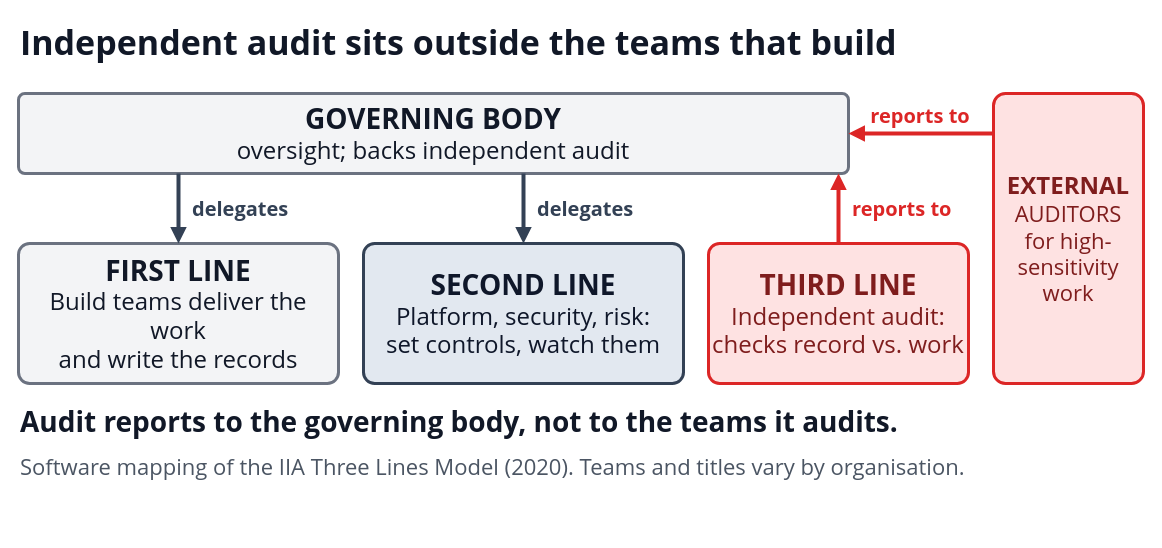
This is diagrams/03-three-lines-for-software.drawio from i-asimkhan/ledger-layer-pattern, a draw.io file, before an edit. Source tidied: cells renumbered, new cells numbered last; positions are measured from the earlier drawing's top-left corner, leaving out a move shared by most shapes. Both pictures are drawn from the tidied source at 100%, with x=0, y=0 at pixel (18, 17).
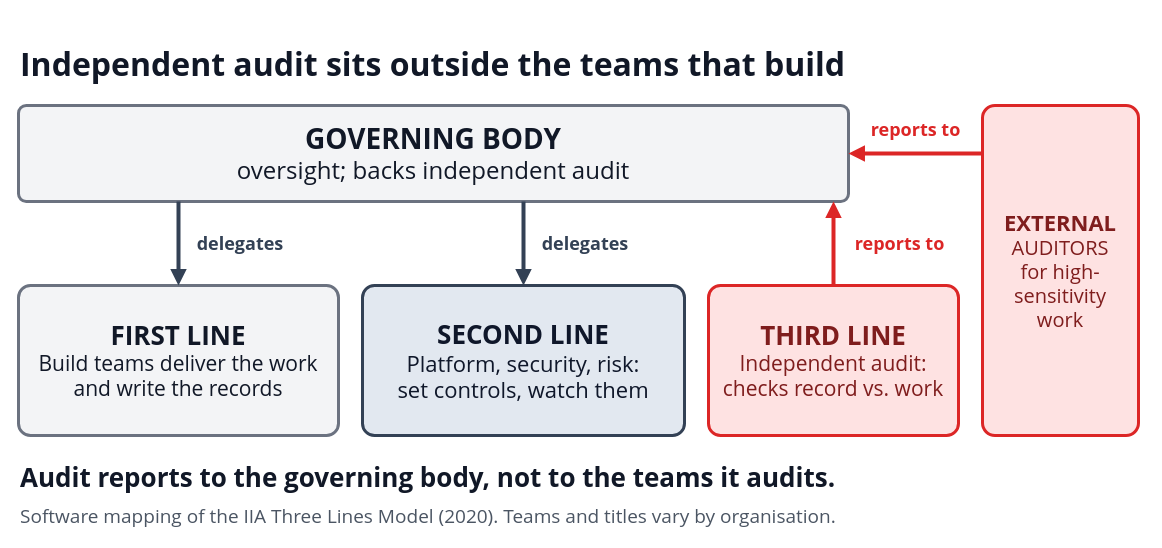
After the change.

Change to the diagram source:
```diff
@@
-    <mxCell id="2" value="Independent audit sits outside the teams that build" style="text;html=1;strokeColor=none;fillColor=none;whiteSpace=wrap;verticalAlign=middle;align=left;fontSize=34;fontColor=#111827;fontFamily=Segoe UI;fontStyle=1;" parent="1" vertex="1">
-      <mxGeometry width="1120" height="50" as="geometry" />
+    <mxCell id="2" value="Independent audit sits outside the teams that build" style="text;html=1;strokeColor=none;fillColor=none;whiteSpace=wrap;verticalAlign=middle;align=left;fontSize=32;fontColor=#111827;fontFamily=Segoe UI;fontStyle=1;" parent="1" vertex="1">
+      <mxGeometry y="26" width="1120" height="42" as="geometry" />
     </mxCell>
-    <mxCell id="3" value="&lt;span style=&quot;font-size:28px&quot;&gt;&lt;b&gt;GOVERNING BODY&lt;/b&gt;&lt;/span&gt;&lt;br&gt;&lt;span style=&quot;font-size:24px&quot;&gt;oversight; backs independent audit&lt;/span&gt;" style="rounded=1;arcSize=8;whiteSpace=wrap;html=1;fillColor=#F3F4F6;strokeColor=#6B7280;fontColor=#111827;strokeWidth=3;align=center;verticalAlign=middle;fontSize=24;fontFamily=Segoe UI;" parent="1" vertex="1">
-      <mxGeometry y="76" width="830" height="80" as="geometry" />
+    <mxCell id="3" value="&lt;span style=&quot;font-size:28px&quot;&gt;&lt;b&gt;GOVERNING BODY&lt;/b&gt;&lt;/span&gt;&lt;br&gt;&lt;span style=&quot;font-size:24px&quot;&gt;oversight; backs independent audit&lt;/span&gt;" style="rounded=1;arcSize=8;whiteSpace=wrap;html=1;fillColor=#F3F4F6;strokeColor=#6B7280;fontColor=#111827;strokeWidth=3;align=center;verticalAlign=middle;fontSize=24;fontFamily=Segoe UI;spacing=14;" parent="1" vertex="1">
+      <mxGeometry y="88" width="830" height="96" as="geometry" />
     </mxCell>
-    <mxCell id="4" value="&lt;span style=&quot;font-size:28px&quot;&gt;&lt;b&gt;FIRST LINE&lt;/b&gt;&lt;/span&gt;&lt;br&gt;&lt;span style=&quot;font-size:24px&quot;&gt;Build teams deliver the work&lt;/span&gt;&lt;br&gt;&lt;span style=&quot;font-size:24px&quot;&gt;and write the records&lt;/span&gt;" style="rounded=1;arcSize=8;whiteSpace=wrap;html=1;fillColor=#F3F4F6;strokeColor=#6B7280;fontColor=#111827;strokeWidth=3;align=center;verticalAlign=middle;fontSize=24;fontFamily=Segoe UI;" parent="1" vertex="1">
-      <mxGeometry y="226" width="320" height="140" as="geometry" />
+    <mxCell id="4" value="&lt;span style=&quot;font-size:26px&quot;&gt;&lt;b&gt;FIRST LINE&lt;/b&gt;&lt;/span&gt;&lt;br&gt;&lt;span style=&quot;font-size:21px&quot;&gt;Build teams deliver the work&lt;/span&gt;&lt;br&gt;&lt;span style=&quot;font-size:21px&quot;&gt;and write the records&lt;/span&gt;" style="rounded=1;arcSize=8;whiteSpace=wrap;html=1;fillColor=#F3F4F6;strokeColor=#6B7280;fontColor=#111827;strokeWidth=3;align=center;verticalAlign=middle;fontSize=21;fontFamily=Segoe UI;spacing=14;" parent="1" vertex="1">
+      <mxGeometry y="268" width="320" height="150" as="geometry" />
     </mxCell>
-    <mxCell id="5" value="&lt;span style=&quot;font-size:28px&quot;&gt;&lt;b&gt;SECOND LINE&lt;/b&gt;&lt;/span&gt;&lt;br&gt;&lt;span style=&quot;font-size:24px&quot;&gt;Platform, security, risk:&lt;/span&gt;&lt;br&gt;&lt;span style=&quot;font-size:24px&quot;&gt;set controls, watch them&lt;/span&gt;" style="rounded=1;arcSize=8;whiteSpace=wrap;html=1;fillColor=#E2E8F0;strokeColor=#334155;fontColor=#0F172A;strokeWidth=3;align=center;verticalAlign=middle;fontSize=24;fontFamily=Segoe UI;" parent="1" vertex="1">
-      <mxGeometry x="345" y="226" width="320" height="140" as="geometry" />
+    <mxCell id="5" value="&lt;span style=&quot;font-size:26px&quot;&gt;&lt;b&gt;SECOND LINE&lt;/b&gt;&lt;/span&gt;&lt;br&gt;&lt;span style=&quot;font-size:22px&quot;&gt;Platform, security, risk:&lt;/span&gt;&lt;br&gt;&lt;span style=&quot;font-size:22px&quot;&gt;set controls, watch them&lt;/span&gt;" style="rounded=1;arcSize=8;whiteSpace=wrap;html=1;fillColor=#E2E8F0;strokeColor=#334155;fontColor=#0F172A;strokeWidth=3;align=center;verticalAlign=middle;fontSize=22;fontFamily=Segoe UI;spacing=14;" parent="1" vertex="1">
+      <mxGeometry x="344" y="268" width="322" height="150" as="geometry" />
     </mxCell>
-    <mxCell id="6" value="&lt;span style=&quot;font-size:28px&quot;&gt;&lt;b&gt;THIRD LINE&lt;/b&gt;&lt;/span&gt;&lt;br&gt;&lt;span style=&quot;font-size:24px&quot;&gt;Independent audit:&lt;/span&gt;&lt;br&gt;&lt;span style=&quot;font-size:24px&quot;&gt;checks record vs. work&lt;/span&gt;" style="rounded=1;arcSize=8;whiteSpace=wrap;html=1;fillColor=#FEE2E2;strokeColor=#DC2626;fontColor=#7F1D1D;strokeWidth=3;align=center;verticalAlign=middle;fontSize=24;fontFamily=Segoe UI;" parent="1" vertex="1">
-      <mxGeometry x="690" y="226" width="260" height="140" as="geometry" />
+    <mxCell id="6" value="&lt;span style=&quot;font-size:26px&quot;&gt;&lt;b&gt;THIRD LINE&lt;/b&gt;&lt;/span&gt;&lt;br&gt;&lt;span style=&quot;font-size:21px&quot;&gt;Independent audit:&lt;/span&gt;&lt;br&gt;&lt;span style=&quot;font-size:21px&quot;&gt;checks record vs. work&lt;/span&gt;" style="rounded=1;arcSize=8;whiteSpace=wrap;html=1;fillColor=#FEE2E2;strokeColor=#DC2626;fontColor=#7F1D1D;strokeWidth=3;align=center;verticalAlign=middle;fontSize=21;fontFamily=Segoe UI;spacing=14;" parent="1" vertex="1">
+      <mxGeometry x="690" y="268" width="250" height="150" as="geometry" />
     </mxCell>
-    <mxCell id="7" value="&lt;span style=&quot;font-size:24px&quot;&gt;&lt;b&gt;EXTERNAL&lt;/b&gt;&lt;/span&gt;&lt;br&gt;&lt;span style=&quot;font-size:22px&quot;&gt;AUDITORS&lt;/span&gt;&lt;br&gt;&lt;span style=&quot;font-size:22px&quot;&gt;for high-&lt;/span&gt;&lt;br&gt;&lt;span style=&quot;font-size:22px&quot;&gt;sensitivity&lt;/span&gt;&lt;br&gt;&lt;span style=&quot;font-size:22px&quot;&gt;work&lt;/span&gt;" style="rounded=1;arcSize=8;whiteSpace=wrap;html=1;fillColor=#FEE2E2;strokeColor=#DC2626;fontColor=#7F1D1D;strokeWidth=3;align=center;verticalAlign=middle;fontSize=22;fontFamily=Segoe UI;" parent="1" vertex="1">
-      <mxGeometry x="975" y="76" width="150" height="290" as="geometry" />
+    <mxCell id="7" value="&lt;span style=&quot;font-size:22px&quot;&gt;&lt;b&gt;EXTERNAL&lt;/b&gt;&lt;/span&gt;&lt;br&gt;&lt;span style=&quot;font-size:20px&quot;&gt;AUDITORS&lt;/span&gt;&lt;br&gt;&lt;span style=&quot;font-size:20px&quot;&gt;for high-&lt;/span&gt;&lt;br&gt;&lt;span style=&quot;font-size:20px&quot;&gt;sensitivity&lt;/span&gt;&lt;br&gt;&lt;span style=&quot;font-size:20px&quot;&gt;work&lt;/span&gt;" style="rounded=1;arcSize=8;whiteSpace=wrap;html=1;fillColor=#FEE2E2;strokeColor=#DC2626;fontColor=#7F1D1D;strokeWidth=3;align=center;verticalAlign=middle;fontSize=20;fontFamily=Segoe UI;spacing=14;" parent="1" vertex="1">
+      <mxGeometry x="964" y="88" width="156" height="330" as="geometry" />
     </mxCell>
     <mxCell id="8" style="endArrow=block;endFill=1;html=1;rounded=0;strokeColor=#334155;strokeWidth=4;" parent="1" edge="1">
       <mxGeometry relative="1" as="geometry">
-        <mxPoint x="160" y="156" as="sourcePoint" />
-        <mxPoint x="160" y="226" as="targetPoint" />
+        <mxPoint x="160" y="184" as="sourcePoint" />
+        <mxPoint x="160" y="268" as="targetPoint" />
       </mxGeometry>
     </mxCell>
-    <mxCell id="9" value="delegates" style="text;html=1;strokeColor=none;fillColor=none;whiteSpace=wrap;verticalAlign=middle;align=left;fontSize=20;fontColor=#334155;fontFamily=Segoe UI;fontStyle=1;" parent="1" vertex="1">
-      <mxGeometry x="172" y="177" width="109" height="28" as="geometry" />
+    <mxCell id="9" value="delegates" style="text;html=1;strokeColor=none;fillColor=none;whiteSpace=wrap;verticalAlign=middle;labelBackgroundColor=#FFFFFF;align=center;fontSize=18;fontColor=#334155;fontFamily=Segoe UI;fontStyle=1;" parent="1" vertex="1">
+      <mxGeometry x="174" y="213" width="96" height="26" as="geometry" />
     </mxCell>
     <mxCell id="10" style="endArrow=block;endFill=1;html=1;rounded=0;strokeColor=#334155;strokeWidth=4;" parent="1" edge="1">
       <mxGeometry relative="1" as="geometry">
-        <mxPoint x="505" y="156" as="sourcePoint" />
-        <mxPoint x="505" y="226" as="targetPoint" />
+        <mxPoint x="505" y="184" as="sourcePoint" />
+        <mxPoint x="505" y="268" as="targetPoint" />
       </mxGeometry>
     </mxCell>
-    <mxCell id="11" value="delegates" style="text;html=1;strokeColor=none;fillColor=none;whiteSpace=wrap;verticalAlign=middle;align=left;fontSize=20;fontColor=#334155;fontFamily=Segoe UI;fontStyle=1;" parent="1" vertex="1">
-      <mxGeometry x="517" y="177" width="109" height="28" as="geometry" />
+    <mxCell id="11" value="delegates" style="text;html=1;strokeColor=none;fillColor=none;whiteSpace=wrap;verticalAlign=middle;labelBackgroundColor=#FFFFFF;align=center;fontSize=18;fontColor=#334155;fontFamily=Segoe UI;fontStyle=1;" parent="1" vertex="1">
+      <mxGeometry x="519" y="213" width="96" height="26" as="geometry" />
     </mxCell>
     <mxCell id="12" style="endArrow=block;endFill=1;html=1;rounded=0;strokeColor=#DC2626;strokeWidth=4;" parent="1" edge="1">
       <mxGeometry relative="1" as="geometry">
-        <mxPoint x="820" y="226" as="sourcePoint" />
-        <mxPoint x="820" y="156" as="targetPoint" />
+        <mxPoint x="815" y="268" as="sourcePoint" />
+        <mxPoint x="815" y="184" as="targetPoint" />
       </mxGeometry>
     </mxCell>
-    <mxCell id="13" value="reports to" style="text;html=1;strokeColor=none;fillColor=none;whiteSpace=wrap;verticalAlign=middle;align=left;fontSize=20;fontColor=#DC2626;fontFamily=Segoe UI;fontStyle=1;" parent="1" vertex="1">
-      <mxGeometry x="832" y="177" width="120" height="28" as="geometry" />
+    <mxCell id="13" value="reports to" style="text;html=1;strokeColor=none;fillColor=none;whiteSpace=wrap;verticalAlign=middle;labelBackgroundColor=#FFFFFF;align=center;fontSize=18;fontColor=#DC2626;fontFamily=Segoe UI;fontStyle=1;" parent="1" vertex="1">
+      <mxGeometry x="829" y="213" width="105" height="26" as="geometry" />
     </mxCell>
     <mxCell id="14" style="endArrow=block;endFill=1;html=1;rounded=0;strokeColor=#DC2626;strokeWidth=4;" parent="1" edge="1">
       <mxGeometry relative="1" as="geometry">
-        <mxPoint x="975" y="116" as="sourcePoint" />
-        <mxPoint x="830" y="116" as="targetPoint" />
+        <mxPoint x="964" y="136" as="sourcePoint" />
+        <mxPoint x="830" y="136" as="targetPoint" />
       </mxGeometry>
     </mxCell>
-    <mxCell id="15" value="reports to" style="text;html=1;strokeColor=none;fillColor=none;whiteSpace=wrap;verticalAlign=middle;align=center;fontSize=20;fontColor=#DC2626;fontFamily=Segoe UI;fontStyle=1;" parent="1" vertex="1">
-      <mxGeometry x="842" y="84" width="120" height="28" as="geometry" />
+    <mxCell id="15" value="reports to" style="text;html=1;strokeColor=none;fillColor=none;whiteSpace=wrap;verticalAlign=middle;labelBackgroundColor=#FFFFFF;align=center;fontSize=18;fontColor=#DC2626;fontFamily=Segoe UI;fontStyle=1;" parent="1" vertex="1">
+      <mxGeometry x="844.5" y="99" width="105" height="26" as="geometry" />
     </mxCell>
-    <mxCell id="16" value="Audit reports to the governing body, not to the teams it audits." style="text;html=1;strokeColor=none;fillColor=none;whiteSpace=wrap;verticalAlign=middle;align=left;fontSize=28;fontColor=#111827;fontFamily=Segoe UI;fontStyle=1;" parent="1" vertex="1">
-      <mxGeometry y="384" width="1120" height="40" as="geometry" />
+    <mxCell id="16" value="Audit reports to the governing body, not to the teams it audits." style="text;html=1;strokeColor=none;fillColor=none;whiteSpace=wrap;verticalAlign=middle;align=left;fontSize=26;fontColor=#111827;fontFamily=Segoe UI;fontStyle=1;" parent="1" vertex="1">
+      <mxGeometry y="442" width="1120" height="36" as="geometry" />
     </mxCell>
-    <mxCell id="17" value="Software mapping of the IIA Three Lines Model (2020). Teams and titles vary by organisation." style="text;html=1;strokeColor=none;fillColor=none;whiteSpace=wrap;verticalAlign=middle;align=left;fontSize=22;fontColor=#4B5563;fontFamily=Segoe UI;fontStyle=0;" parent="1" vertex="1">
-      <mxGeometry y="432" width="1120" height="34" as="geometry" />
+    <mxCell id="17" value="Software mapping of the IIA Three Lines Model (2020). Teams and titles vary by organisation." style="text;html=1;strokeColor=none;fillColor=none;whiteSpace=wrap;verticalAlign=middle;align=left;fontSize=19;fontColor=#4B5563;fontFamily=Segoe UI;fontStyle=0;" parent="1" vertex="1">
+      <mxGeometry y="484" width="1120" height="30" as="geometry" />
     </mxCell>
```
